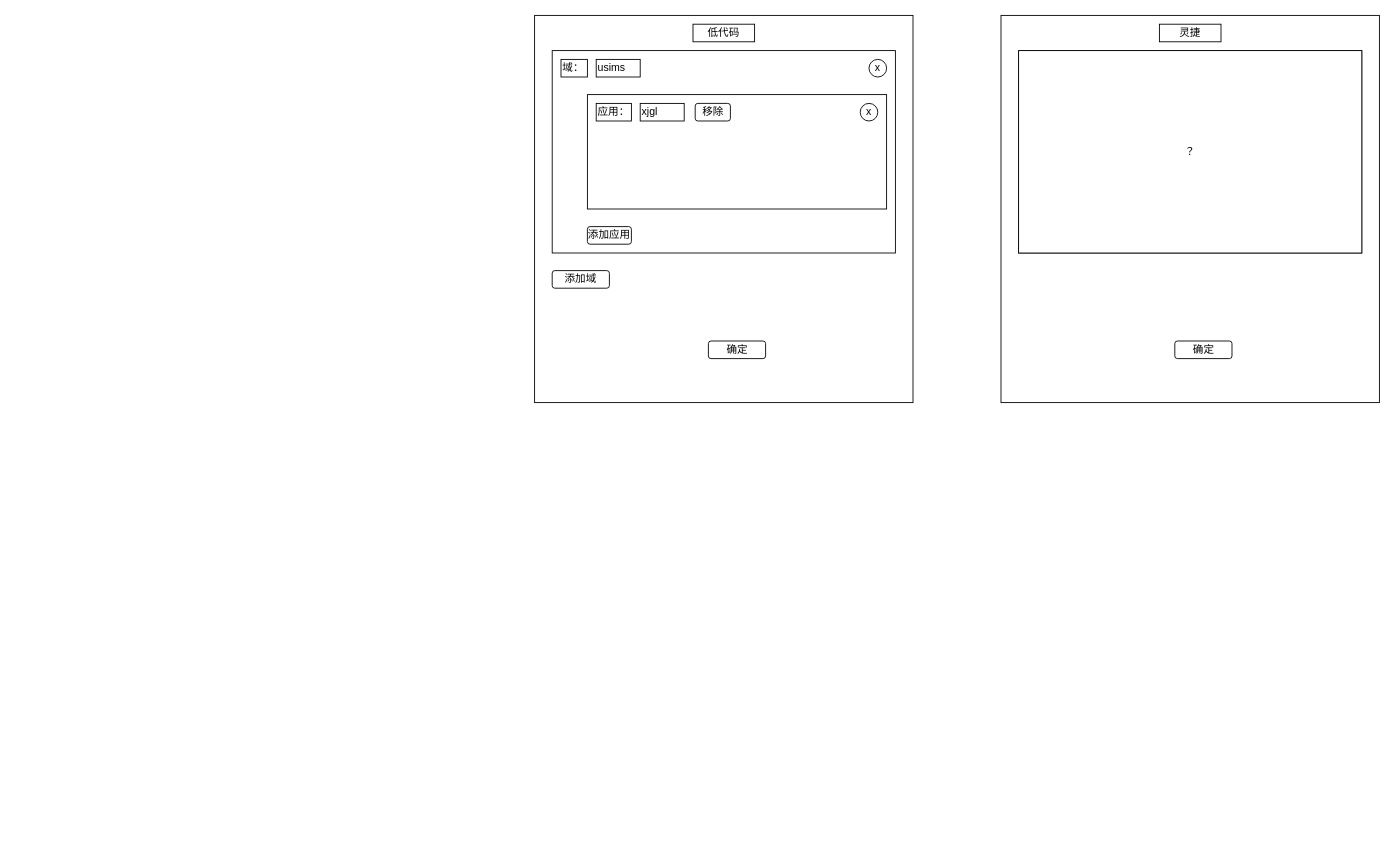
Above: page "第 1 页" (1 of 4) of 未命名绘图.drawio in ProgrammerLZ/drawio (draw.io), before the change. Source tidied: cells renumbered, new cells numbered last; positions are measured from the earlier drawing's top-left corner, leaving out a move shared by most shapes. Both pictures are drawn from the tidied source at 88%, with x=0, y=0 at pixel (534, 15).
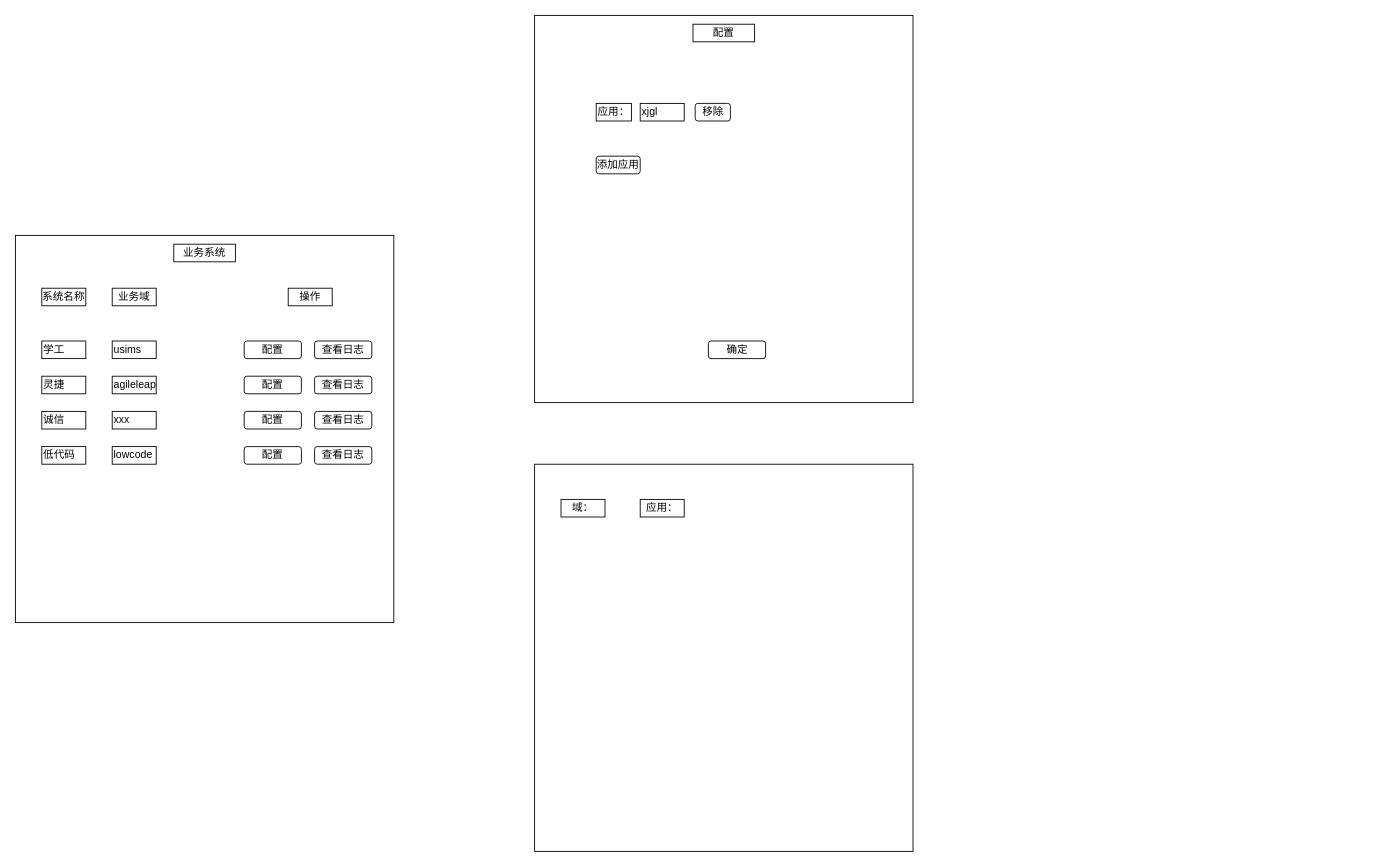
Above is the later version.

Commit message:
更新未命名绘图.drawio

What changed in the source:
```diff
@@
-    <mxCell id="3" style="rounded=0;whiteSpace=wrap;html=1;" parent="1" vertex="1">
-      <mxGeometry x="20" y="40" width="390" height="230" as="geometry" />
-    </mxCell>
-    <mxCell id="4" style="rounded=0;whiteSpace=wrap;html=1;" parent="1" vertex="1">
-      <mxGeometry x="60" y="90" width="340" height="130" as="geometry" />
-    </mxCell>
-    <mxCell id="5" value="低代码" style="rounded=0;whiteSpace=wrap;html=1;" parent="1" vertex="1">
+    <mxCell id="5" value="配置" style="rounded=0;whiteSpace=wrap;html=1;" parent="1" vertex="1">
       <mxGeometry x="180" y="10" width="70" height="20" as="geometry" />
     </mxCell>
-    <mxCell id="6" value="域：" style="rounded=0;whiteSpace=wrap;html=1;align=left;" parent="1" vertex="1">
-      <mxGeometry x="30" y="50" width="30" height="20" as="geometry" />
-    </mxCell>
-    <mxCell id="7" value="usims" style="rounded=0;whiteSpace=wrap;html=1;align=left;" parent="1" vertex="1">
-      <mxGeometry x="70" y="50" width="50" height="20" as="geometry" />
-    </mxCell>
@@
-    <mxCell id="10" value="添加域" style="rounded=1;whiteSpace=wrap;html=1;" parent="1" vertex="1">
-      <mxGeometry x="20" y="290" width="65" height="20" as="geometry" />
-    </mxCell>
-    <mxCell id="11" value="x" style="ellipse;whiteSpace=wrap;html=1;" parent="1" vertex="1">
-      <mxGeometry x="380" y="50" width="20" height="20" as="geometry" />
-    </mxCell>
@@
     <mxCell id="14" value="添加应用" style="rounded=1;whiteSpace=wrap;html=1;" parent="1" vertex="1">
-      <mxGeometry x="60" y="240" width="50" height="20" as="geometry" />
+      <mxGeometry x="70" y="160" width="50" height="20" as="geometry" />
     </mxCell>
-    <mxCell id="15" value="x" style="ellipse;whiteSpace=wrap;html=1;" parent="1" vertex="1">
-      <mxGeometry x="370" y="100" width="20" height="20" as="geometry" />
-    </mxCell>
-    <mxCell id="16" style="rounded=0;whiteSpace=wrap;html=1;" parent="1" vertex="1">
-      <mxGeometry x="530" width="430" height="440" as="geometry" />
-    </mxCell>
+    <mxCell id="21" style="rounded=0;whiteSpace=wrap;html=1;" parent="1" vertex="1">
+      <mxGeometry x="-590" y="250" width="430" height="440" as="geometry" />
+    </mxCell>
+    <mxCell id="22" value="业务系统" style="rounded=0;whiteSpace=wrap;html=1;" parent="1" vertex="1">
+      <mxGeometry x="-410" y="260" width="70" height="20" as="geometry" />
+    </mxCell>
+    <mxCell id="23" value="系统名称" style="rounded=0;whiteSpace=wrap;html=1;align=center;" parent="1" vertex="1">
+      <mxGeometry x="-560" y="310" width="50" height="20" as="geometry" />
+    </mxCell>
+    <mxCell id="24" value="业务域" style="rounded=0;whiteSpace=wrap;html=1;align=center;" parent="1" vertex="1">
+      <mxGeometry x="-480" y="310" width="50" height="20" as="geometry" />
+    </mxCell>
+    <mxCell id="25" value="查看日志" style="rounded=1;whiteSpace=wrap;html=1;" parent="1" vertex="1">
+      <mxGeometry x="-250" y="370" width="65" height="20" as="geometry" />
+    </mxCell>
+    <mxCell id="26" value="学工" style="rounded=0;whiteSpace=wrap;html=1;align=left;" parent="1" vertex="1">
+      <mxGeometry x="-560" y="370" width="50" height="20" as="geometry" />
+    </mxCell>
+    <mxCell id="7" value="usims" style="rounded=0;whiteSpace=wrap;html=1;align=left;" parent="1" vertex="1">
+      <mxGeometry x="-480" y="370" width="50" height="20" as="geometry" />
+    </mxCell>
+    <mxCell id="27" value="配置" style="rounded=1;whiteSpace=wrap;html=1;" parent="1" vertex="1">
+      <mxGeometry x="-330" y="370" width="65" height="20" as="geometry" />
+    </mxCell>
+    <mxCell id="28" value="操作" style="rounded=0;whiteSpace=wrap;html=1;align=center;" parent="1" vertex="1">
+      <mxGeometry x="-280" y="310" width="50" height="20" as="geometry" />
+    </mxCell>
+    <mxCell id="29" value="查看日志" style="rounded=1;whiteSpace=wrap;html=1;" parent="1" vertex="1">
+      <mxGeometry x="-250" y="410" width="65" height="20" as="geometry" />
+    </mxCell>
-    <mxCell id="17" value="灵捷" style="rounded=0;whiteSpace=wrap;html=1;" parent="1" vertex="1">
-      <mxGeometry x="710" y="10" width="70" height="20" as="geometry" />
+    <mxCell id="17" value="灵捷" style="rounded=0;whiteSpace=wrap;html=1;align=left;" parent="1" vertex="1">
+      <mxGeometry x="-560" y="410" width="50" height="20" as="geometry" />
     </mxCell>
-    <mxCell id="18" style="rounded=0;whiteSpace=wrap;html=1;" parent="1" vertex="1">
-      <mxGeometry x="550" y="40" width="390" height="230" as="geometry" />
-    </mxCell>
-    <mxCell id="19" value="确定" style="rounded=1;whiteSpace=wrap;html=1;" parent="1" vertex="1">
-      <mxGeometry x="727.5" y="370" width="65" height="20" as="geometry" />
-    </mxCell>
-    <mxCell id="20" value="？" style="rounded=0;whiteSpace=wrap;html=1;" parent="1" vertex="1">
-      <mxGeometry x="550" y="40" width="390" height="230" as="geometry" />
-    </mxCell>
+    <mxCell id="30" value="agileleap" style="rounded=0;whiteSpace=wrap;html=1;align=left;" parent="1" vertex="1">
+      <mxGeometry x="-480" y="410" width="50" height="20" as="geometry" />
+    </mxCell>
+    <mxCell id="31" value="配置" style="rounded=1;whiteSpace=wrap;html=1;" parent="1" vertex="1">
+      <mxGeometry x="-330" y="410" width="65" height="20" as="geometry" />
+    </mxCell>
+    <mxCell id="32" value="诚信" style="rounded=0;whiteSpace=wrap;html=1;align=left;" parent="1" vertex="1">
+      <mxGeometry x="-560" y="450" width="50" height="20" as="geometry" />
+    </mxCell>
+    <mxCell id="33" value="xxx" style="rounded=0;whiteSpace=wrap;html=1;align=left;" parent="1" vertex="1">
+      <mxGeometry x="-480" y="450" width="50" height="20" as="geometry" />
+    </mxCell>
+    <mxCell id="34" value="查看日志" style="rounded=1;whiteSpace=wrap;html=1;" parent="1" vertex="1">
+      <mxGeometry x="-250" y="450" width="65" height="20" as="geometry" />
+    </mxCell>
+    <mxCell id="35" value="配置" style="rounded=1;whiteSpace=wrap;html=1;" parent="1" vertex="1">
+      <mxGeometry x="-330" y="450" width="65" height="20" as="geometry" />
+    </mxCell>
+    <mxCell id="36" value="低代码" style="rounded=0;whiteSpace=wrap;html=1;align=left;" parent="1" vertex="1">
+      <mxGeometry x="-560" y="490" width="50" height="20" as="geometry" />
+    </mxCell>
+    <mxCell id="37" value="lowcode" style="rounded=0;whiteSpace=wrap;html=1;align=left;" parent="1" vertex="1">
+      <mxGeometry x="-480" y="490" width="50" height="20" as="geometry" />
+    </mxCell>
+    <mxCell id="38" value="查看日志" style="rounded=1;whiteSpace=wrap;html=1;" parent="1" vertex="1">
+      <mxGeometry x="-250" y="490" width="65" height="20" as="geometry" />
+    </mxCell>
+    <mxCell id="39" value="配置" style="rounded=1;whiteSpace=wrap;html=1;" parent="1" vertex="1">
+      <mxGeometry x="-330" y="490" width="65" height="20" as="geometry" />
+    </mxCell>
+    <mxCell id="40" style="rounded=0;whiteSpace=wrap;html=1;" parent="1" vertex="1">
+      <mxGeometry y="510" width="430" height="440" as="geometry" />
+    </mxCell>
+    <mxCell id="6" value="域：" style="rounded=0;whiteSpace=wrap;html=1;align=center;" parent="1" vertex="1">
+      <mxGeometry x="30" y="550" width="50" height="20" as="geometry" />
+    </mxCell>
+    <mxCell id="41" value="应用：" style="rounded=0;whiteSpace=wrap;html=1;align=center;" parent="1" vertex="1">
+      <mxGeometry x="120" y="550" width="50" height="20" as="geometry" />
+    </mxCell>
```
